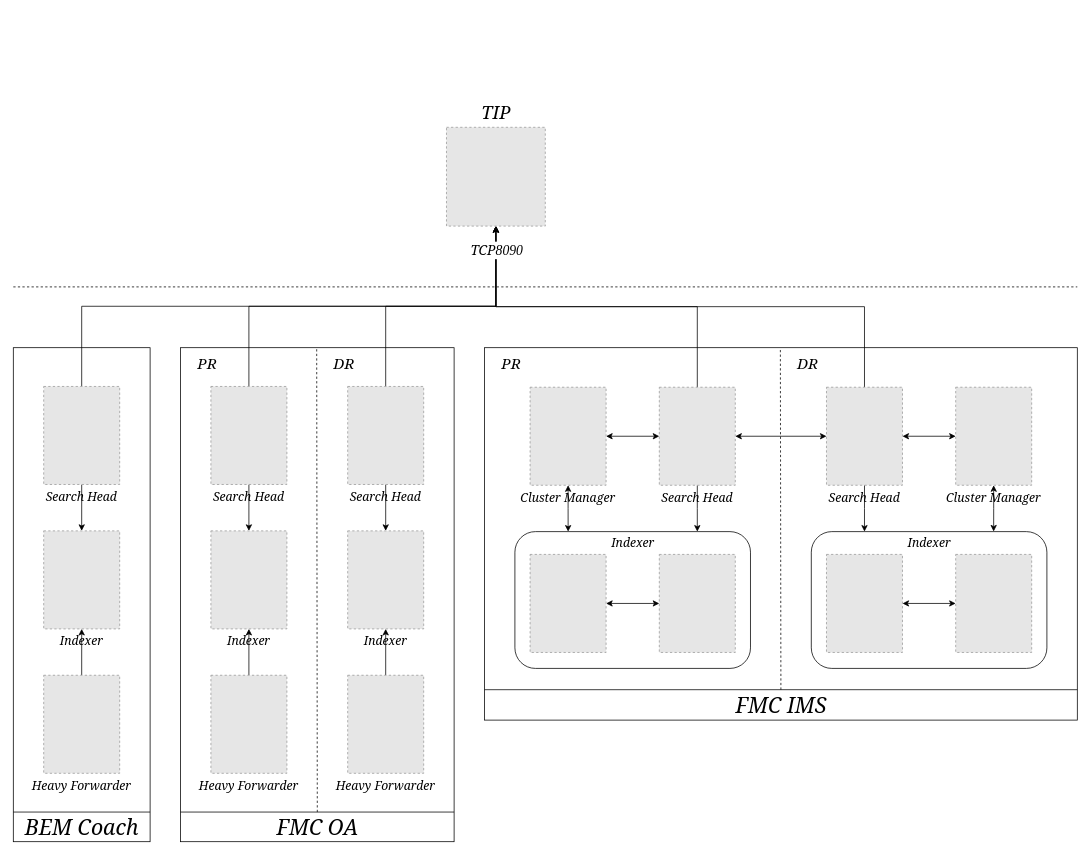
Above: img/blk-bem/BLK_tip.drawio in sumkomorebi/PicGo (draw.io), before the change. Source tidied: cells renumbered, new cells numbered last; positions are measured from the earlier drawing's top-left corner, leaving out a move shared by most shapes. Both pictures are drawn from the tidied source at 76%, with x=0, y=0 at pixel (13, 97). Pictures stored in the file or linked from it are replaced by grey dashed boxes.
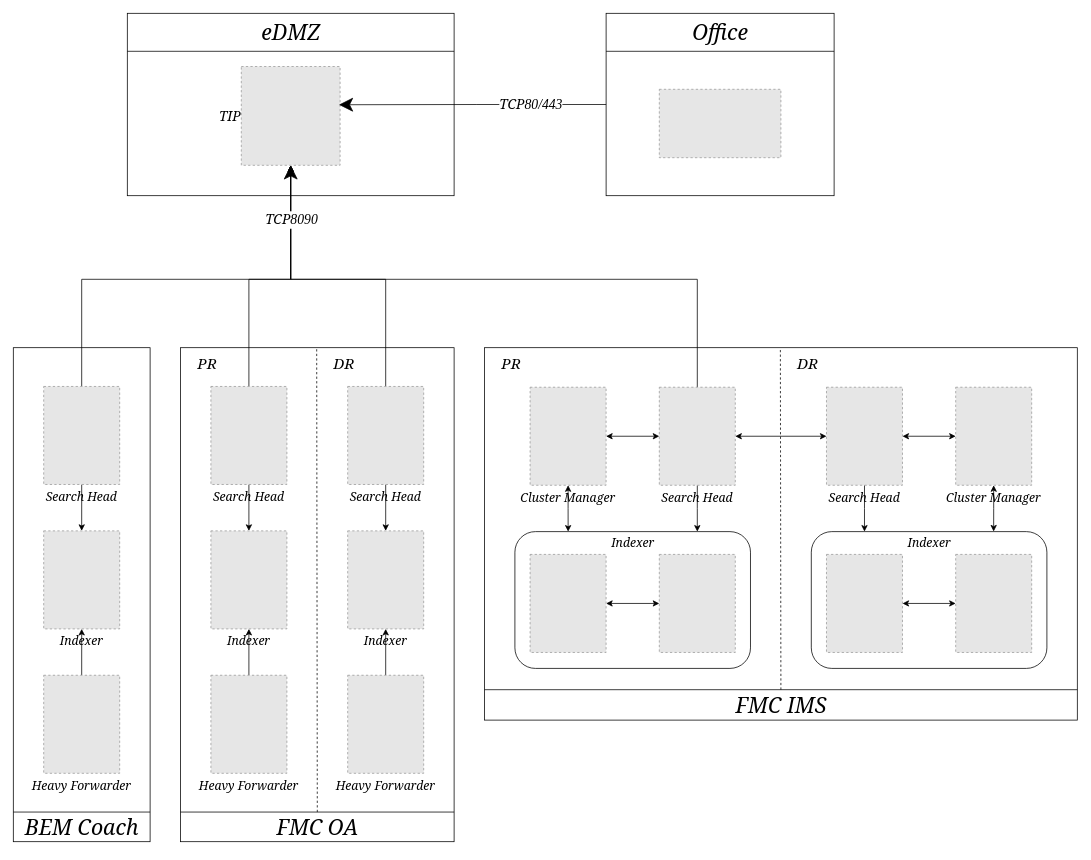
The same page after the edit.

The change refers to these unchanged cells:
```xml
<mxCell id="6" value="Search Head" style="fillColor=#E6E6E6;strokeColor=#999999;dashed=1;verticalLabelPosition=bottom;verticalAlign=top;fontFamily=Georgia;fontStyle=2;fontSize=16;" parent="1" vertex="1">
  <mxGeometry x="260" y="381" width="100" height="129" as="geometry" />
</mxCell>
<mxCell id="13" value="Search Head" style="fillColor=#E6E6E6;strokeColor=#999999;dashed=1;verticalLabelPosition=bottom;verticalAlign=top;fontFamily=Georgia;fontStyle=2;fontSize=16;" parent="1" vertex="1">
  <mxGeometry x="440" y="381" width="100" height="129" as="geometry" />
</mxCell>
<mxCell id="31" value="Search Head" style="fillColor=#E6E6E6;strokeColor=#999999;dashed=1;verticalLabelPosition=bottom;verticalAlign=top;labelBackgroundColor=none;fontStyle=2;fontSize=16;fontFamily=Georgia;" parent="1" vertex="1">
  <mxGeometry x="850" y="382" width="100" height="129" as="geometry" />
</mxCell>
<mxCell id="41" value="Search Head" style="fillColor=#E6E6E6;strokeColor=#999999;dashed=1;verticalLabelPosition=bottom;verticalAlign=top;labelBackgroundColor=none;fontStyle=2;fontFamily=Georgia;fontSize=16;" parent="1" vertex="1">
  <mxGeometry x="1070" y="382" width="100" height="129" as="geometry" />
</mxCell>
<mxCell id="55" value="Search Head" style="fillColor=#E6E6E6;strokeColor=#999999;dashed=1;verticalLabelPosition=bottom;verticalAlign=top;fontFamily=Georgia;fontStyle=2;fontSize=16;" parent="1" vertex="1">
  <mxGeometry x="40" y="381" width="100" height="129" as="geometry" />
</mxCell>
```

Change to the diagram source:
```diff
@@
+    <mxCell id="63" style="rounded=0;whiteSpace=wrap;html=1;" parent="1" vertex="1">
+      <mxGeometry x="780" y="-110" width="300" height="240" as="geometry" />
+    </mxCell>
+    <mxCell id="64" style="rounded=0;whiteSpace=wrap;html=1;" parent="1" vertex="1">
+      <mxGeometry x="150" y="-110" width="430" height="240" as="geometry" />
+    </mxCell>
@@
     <mxCell id="5" style="edgeStyle=orthogonalEdgeStyle;rounded=0;jettySize=auto;html=1;entryX=0.5;entryY=1;entryDx=0;entryDy=0;exitX=0.5;exitY=0;exitDx=0;exitDy=0;" parent="1" edge="1" source="6" target="10">
-      <mxGeometry relative="1" as="geometry" />
+      <mxGeometry relative="1" as="geometry">
+        <Array as="points">
+          <mxPoint x="310" y="240" />
+          <mxPoint x="365" y="240" />
+        </Array>
+      </mxGeometry>
     </mxCell>
@@
-    <mxCell id="10" style="fillColor=#E6E6E6;strokeColor=#999999;dashed=1;verticalLabelPosition=bottom;labelBackgroundColor=default;verticalAlign=top;fontStyle=2;fontFamily=Georgia;fontSize=16;" parent="1" vertex="1">
-      <mxGeometry x="570" y="40" width="130" height="130" as="geometry" />
+    <mxCell id="10" style="fillColor=#E6E6E6;strokeColor=#999999;dashed=1;verticalLabelPosition=bottom;labelBackgroundColor=default;verticalAlign=top;fontStyle=2;fontFamily=Georgia;fontSize=20;" parent="1" vertex="1">
+      <mxGeometry x="300" y="-40" width="130" height="130" as="geometry" />
     </mxCell>
@@
     <mxCell id="12" style="edgeStyle=orthogonalEdgeStyle;rounded=0;jettySize=auto;html=1;entryX=0.5;entryY=1;entryDx=0;entryDy=0;exitX=0.5;exitY=0;exitDx=0;exitDy=0;" parent="1" edge="1" source="13" target="10">
-      <mxGeometry relative="1" as="geometry" />
+      <mxGeometry relative="1" as="geometry">
+        <Array as="points">
+          <mxPoint x="490" y="240" />
+          <mxPoint x="365" y="240" />
+        </Array>
+      </mxGeometry>
     </mxCell>
@@
     <mxCell id="30" style="edgeStyle=orthogonalEdgeStyle;rounded=0;jettySize=auto;html=1;entryX=0.5;entryY=1;entryDx=0;entryDy=0;exitX=0.5;exitY=0;exitDx=0;exitDy=0;" parent="1" edge="1" source="31" target="10">
       <mxGeometry relative="1" as="geometry">
         <Array as="points">
-          <mxPoint x="900" y="276" />
-          <mxPoint x="635" y="276" />
+          <mxPoint x="900" y="240" />
+          <mxPoint x="365" y="240" />
         </Array>
       </mxGeometry>
     </mxCell>
@@
-    <mxCell id="40" style="edgeStyle=orthogonalEdgeStyle;rounded=0;jettySize=auto;html=1;exitX=0.5;exitY=0;exitDx=0;exitDy=0;" parent="1" edge="1" source="41" target="10">
-      <mxGeometry relative="1" as="geometry" />
-    </mxCell>
@@
-    <mxCell id="53" style="edgeStyle=orthogonalEdgeStyle;rounded=0;jettySize=auto;html=1;exitX=0.5;exitY=0;exitDx=0;exitDy=0;entryX=0.5;entryY=1;entryDx=0;entryDy=0;" parent="1" edge="1" source="55" target="10">
-      <mxGeometry relative="1" as="geometry" />
+    <mxCell id="53" style="edgeStyle=orthogonalEdgeStyle;rounded=0;jettySize=auto;html=1;exitX=0.5;exitY=0;exitDx=0;exitDy=0;entryX=0.5;entryY=1;entryDx=0;entryDy=0;endSize=16;" parent="1" edge="1" source="55" target="10">
+      <mxGeometry relative="1" as="geometry">
+        <Array as="points">
+          <mxPoint x="90" y="240" />
+          <mxPoint x="365" y="240" />
+        </Array>
+      </mxGeometry>
     </mxCell>
     <mxCell id="54" value="TCP&lt;font face=&quot;Times New Roman&quot; style=&quot;font-size: 18px;&quot;&gt;8090&lt;/font&gt;" style="edgeLabel;html=1;align=center;verticalAlign=middle;fontStyle=2;fontFamily=Georgia;fontSize=18;" parent="53" vertex="1">
       <mxGeometry x="0.9" y="-3" relative="1" as="geometry">
-        <mxPoint x="-3" y="-7" as="offset" />
+        <mxPoint x="-3" y="43" as="offset" />
       </mxGeometry>
     </mxCell>
@@
-    <mxCell id="61" style="endArrow=none;dashed=1;html=1;rounded=0;" parent="1" edge="1">
-      <mxGeometry relative="1" as="geometry">
-        <mxPoint y="250" as="sourcePoint" />
-        <mxPoint x="1400" y="250" as="targetPoint" />
-      </mxGeometry>
-    </mxCell>
+    <mxCell id="65" style="endArrow=none;html=1;rounded=0;" parent="1" edge="1">
+      <mxGeometry relative="1" as="geometry">
+        <mxPoint x="580" y="-60" as="sourcePoint" />
+        <mxPoint x="150" y="-60" as="targetPoint" />
+      </mxGeometry>
+    </mxCell>
+    <mxCell id="66" value="eDMZ" style="text;html=1;align=center;verticalAlign=middle;strokeColor=none;fillColor=none;fontFamily=Georgia;fontStyle=2;fontSize=28;" parent="1" vertex="1">
+      <mxGeometry x="315" y="-110" width="100" height="50" as="geometry" />
+    </mxCell>
+    <mxCell id="67" style="fillColor=#E6E6E6;strokeColor=#999999;dashed=1;verticalLabelPosition=bottom;verticalAlign=top;fontStyle=0;" parent="1" vertex="1">
+      <mxGeometry x="850" y="-10" width="160" height="90" as="geometry" />
+    </mxCell>
+    <mxCell id="68" style="endArrow=none;html=1;rounded=0;" parent="1" edge="1">
+      <mxGeometry relative="1" as="geometry">
+        <mxPoint x="1080" y="-60" as="sourcePoint" />
+        <mxPoint x="780" y="-60" as="targetPoint" />
+      </mxGeometry>
+    </mxCell>
+    <mxCell id="69" value="Office" style="text;html=1;align=center;verticalAlign=middle;strokeColor=none;fillColor=none;fontFamily=Georgia;fontStyle=2;fontSize=28;" parent="1" vertex="1">
+      <mxGeometry x="880" y="-110" width="100" height="50" as="geometry" />
+    </mxCell>
+    <mxCell id="70" style="edgeStyle=orthogonalEdgeStyle;rounded=0;jettySize=auto;html=1;entryX=0.988;entryY=0.387;entryDx=0;entryDy=0;entryPerimeter=0;endSize=16;" parent="1" edge="1" source="63" target="10">
+      <mxGeometry relative="1" as="geometry" />
+    </mxCell>
+    <mxCell id="71" value="TCP&lt;font face=&quot;Times New Roman&quot;&gt;80/443&lt;/font&gt;" style="edgeLabel;html=1;align=center;verticalAlign=middle;fontStyle=2;fontFamily=Georgia;fontSize=18;" parent="70" vertex="1">
+      <mxGeometry x="-0.24" y="-4" relative="1" as="geometry">
+        <mxPoint x="34" y="4" as="offset" />
+      </mxGeometry>
+    </mxCell>
-    <mxCell id="62" value="TIP" style="text;html=1;align=center;verticalAlign=middle;strokeColor=none;fillColor=none;fontFamily=Georgia;fontStyle=2;fontSize=24;" parent="1" vertex="1">
-      <mxGeometry x="605" width="60" height="40" as="geometry" />
+    <mxCell id="62" value="TIP" style="text;html=1;align=center;verticalAlign=middle;strokeColor=none;fillColor=none;fontFamily=Georgia;fontStyle=2;fontSize=18;" parent="1" vertex="1">
+      <mxGeometry x="260" y="5" width="50" height="40" as="geometry" />
     </mxCell>
```
